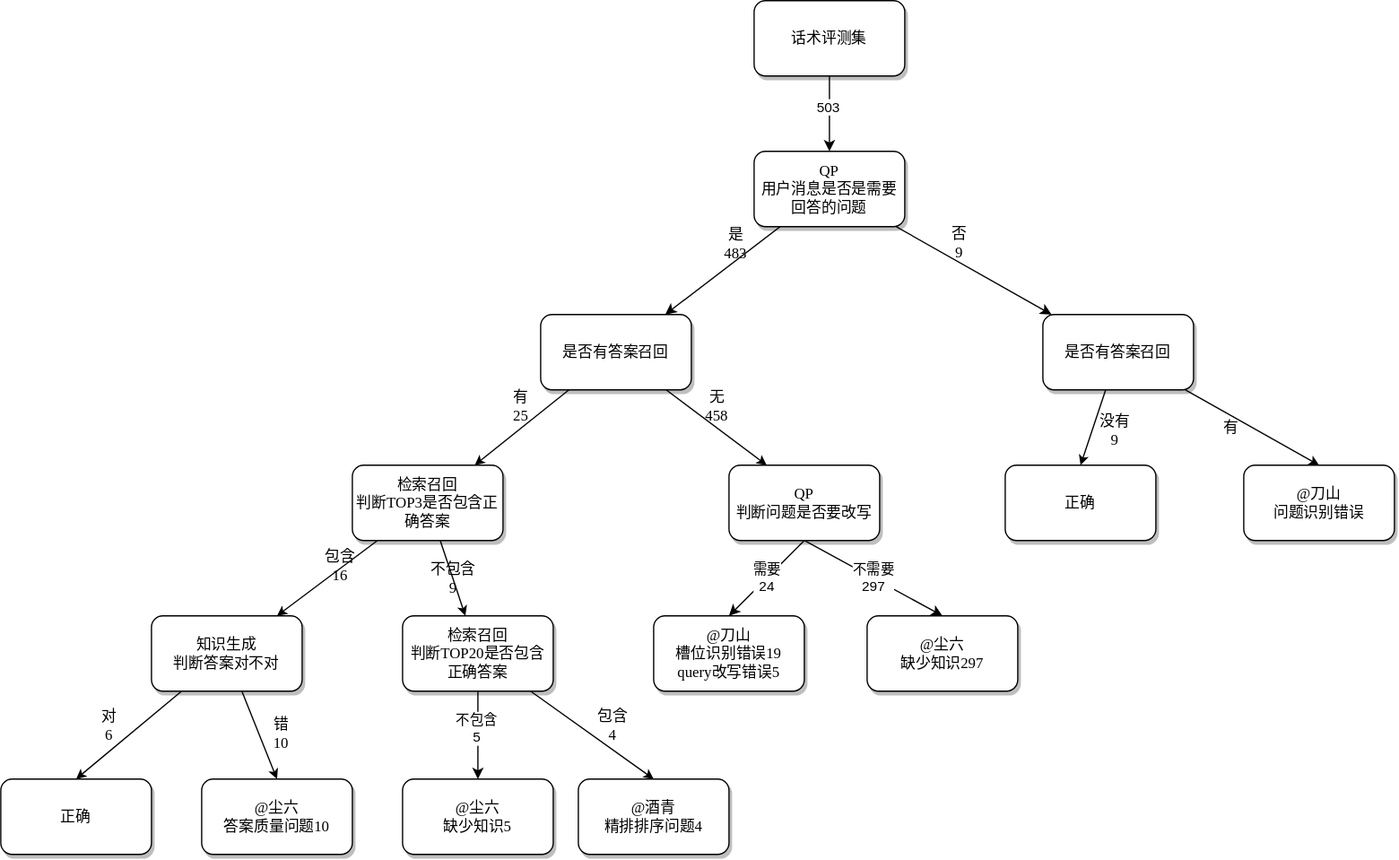
Before: src/main/resources/未命名绘图.drawio.svg, a diagram exported from draw.io (gcaiwl/fundtest). Source tidied: cells renumbered, new cells last; positions are measured from the earlier drawing's top-left corner, leaving out a move shared by most shapes.
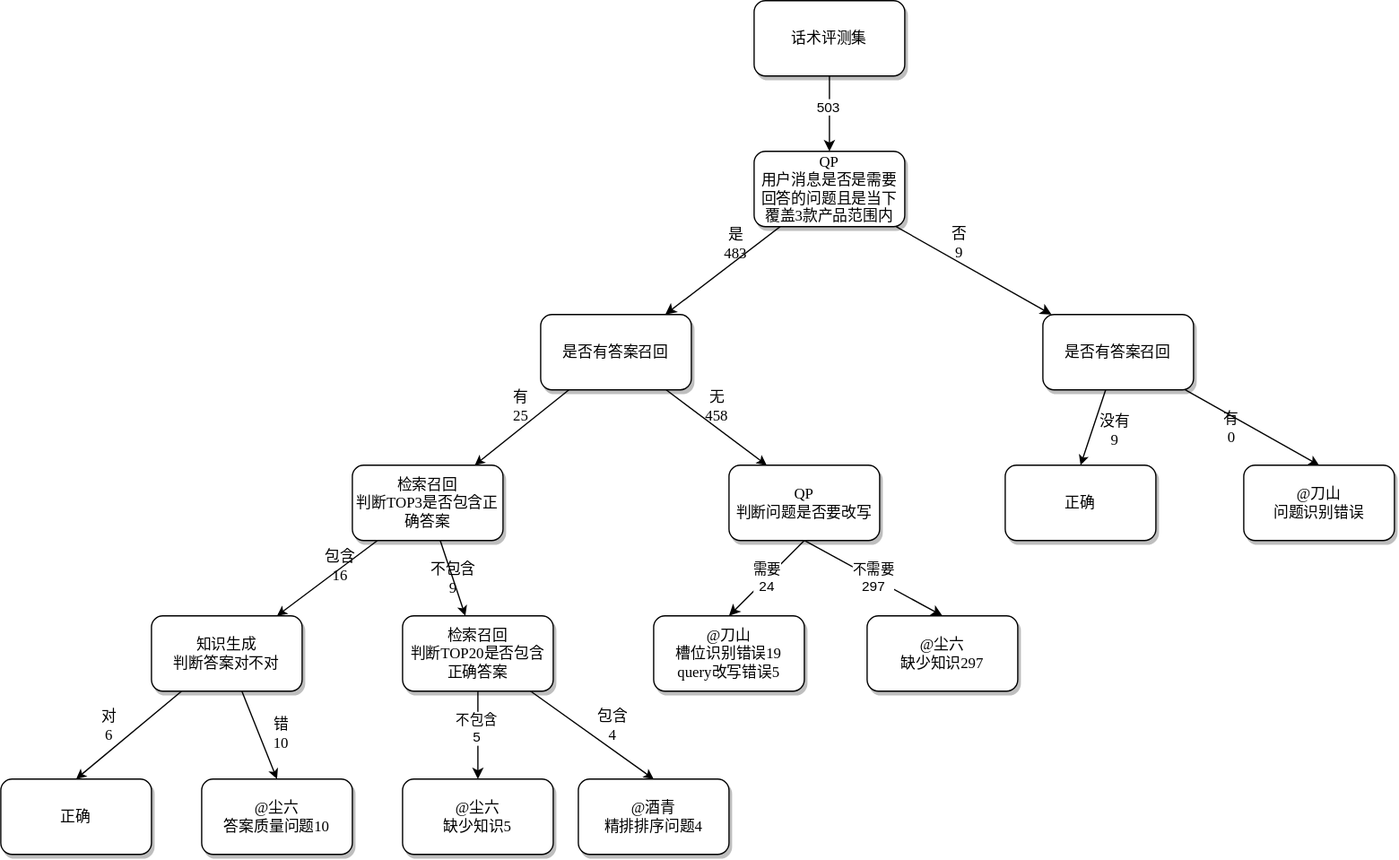
Above is the later version.

Commit message:
更新未命名绘图.drawio.svg

Diff of the diagram source:
```diff
@@ -2,7 +2,7 @@
   <root>
     <mxCell id="0" />
     <mxCell id="1" parent="0" />
-    <mxCell id="2" value="QP&lt;br&gt;用户消息是否是需要回答的问题" style="whiteSpace=wrap;html=1;rounded=1;shadow=1;labelBackgroundColor=none;strokeWidth=1;fontFamily=Verdana;fontSize=12;align=center;" parent="1" vertex="1">
+    <mxCell id="2" value="QP&lt;br&gt;用户消息是否是需要回答的问题且是当下覆盖3款产品范围内" style="whiteSpace=wrap;html=1;rounded=1;shadow=1;labelBackgroundColor=none;strokeWidth=1;fontFamily=Verdana;fontSize=12;align=center;" parent="1" vertex="1">
       <mxGeometry x="600" y="120" width="120" height="60" as="geometry" />
     </mxCell>
     <mxCell id="3" value="是否有答案召回" style="whiteSpace=wrap;html=1;rounded=1;shadow=1;labelBackgroundColor=none;strokeWidth=1;fontFamily=Verdana;fontSize=12;align=center;" parent="1" vertex="1">
@@ -41,7 +41,7 @@
     <mxCell id="14" value="无&lt;br&gt;458" style="rounded=0;html=1;labelBackgroundColor=none;startArrow=none;startFill=0;startSize=5;endArrow=classic;endFill=1;endSize=5;jettySize=auto;strokeWidth=1;fontFamily=Verdana;fontSize=12;entryX=0.25;entryY=0;entryDx=0;entryDy=0;" parent="1" edge="1" source="3" target="8">
       <mxGeometry x="-0.2" y="14" relative="1" as="geometry" />
     </mxCell>
-    <mxCell id="15" value="有" style="rounded=0;html=1;labelBackgroundColor=none;startArrow=none;startFill=0;startSize=5;endArrow=classic;endFill=1;endSize=5;jettySize=auto;strokeWidth=1;fontFamily=Verdana;fontSize=12;entryX=0.5;entryY=0;entryDx=0;entryDy=0;" parent="1" edge="1" source="4" target="22">
+    <mxCell id="15" value="有&lt;br&gt;0" style="rounded=0;html=1;labelBackgroundColor=none;startArrow=none;startFill=0;startSize=5;endArrow=classic;endFill=1;endSize=5;jettySize=auto;strokeWidth=1;fontFamily=Verdana;fontSize=12;entryX=0.5;entryY=0;entryDx=0;entryDy=0;" parent="1" edge="1" source="4" target="22">
       <mxGeometry x="-0.24" y="-8" relative="1" as="geometry" />
     </mxCell>
     <mxCell id="16" value="没有&lt;br&gt;9" style="rounded=0;html=1;labelBackgroundColor=none;startArrow=none;startFill=0;startSize=5;endArrow=classic;endFill=1;endSize=5;jettySize=auto;strokeWidth=1;fontFamily=Verdana;fontSize=12;entryX=0.5;entryY=0;entryDx=0;entryDy=0;" parent="1" edge="1" source="4" target="23">
```
